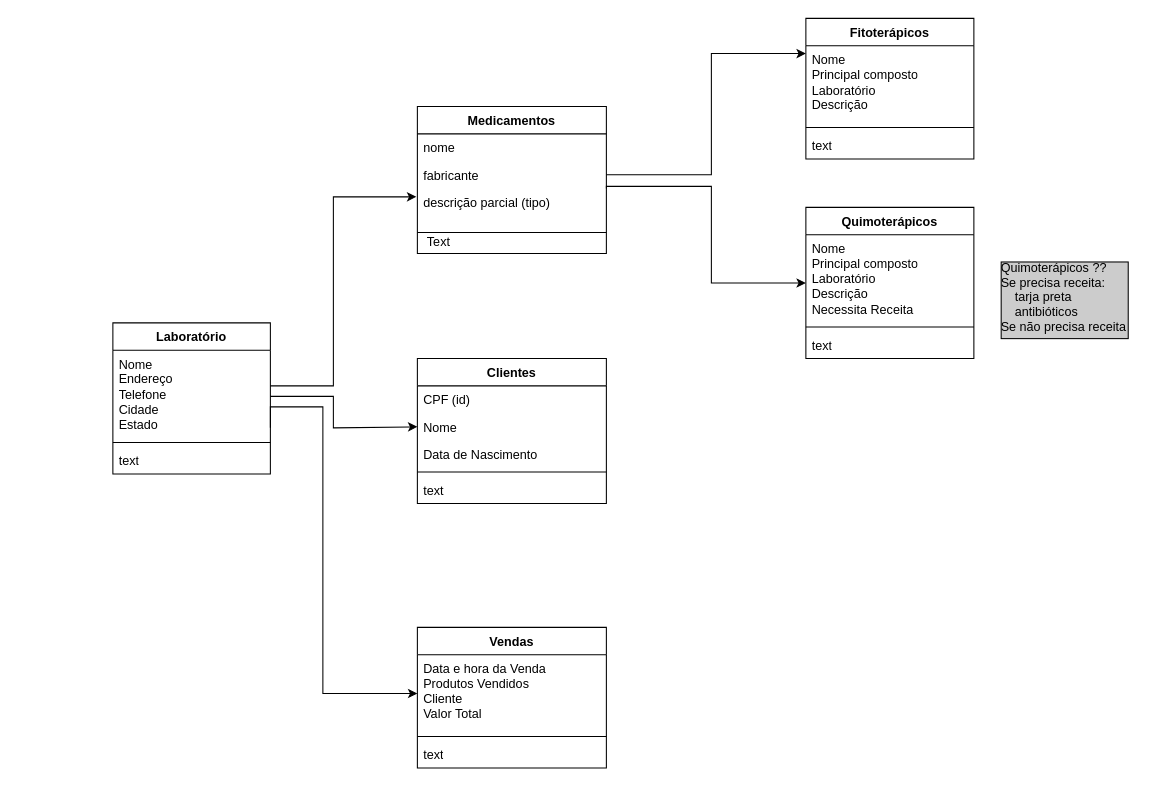
Before: projeto_final/ProjetoFarmacia.drawio in isabelepinto/poo_santander_coders, a draw.io diagram. Source tidied: cells renumbered, new cells numbered last; positions are measured from the earlier drawing's top-left corner, leaving out a move shared by most shapes. Both pictures are drawn from the tidied source at 105%, with x=0, y=0 at pixel (112, 18).
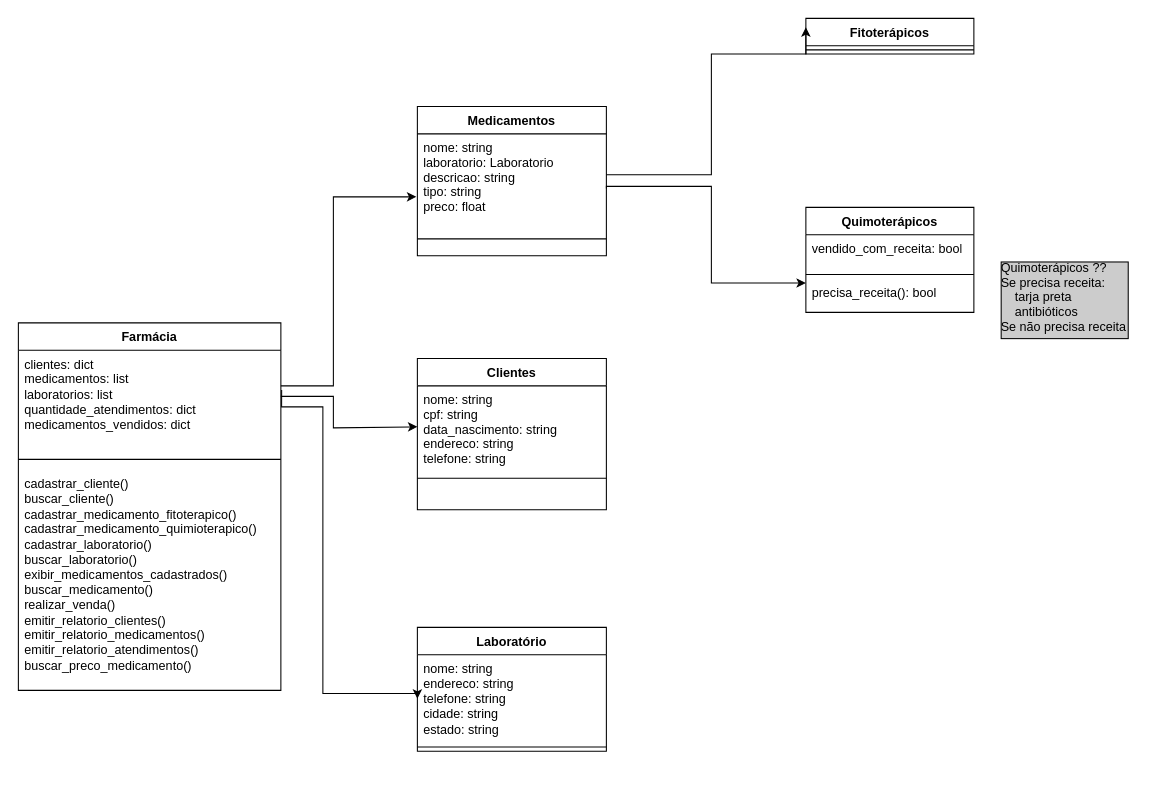
The same page after the edit.

Commit message (it also covers changes not shown here):
melhoria no diagrama de classes

Diff of the diagram source:
```diff
@@
     <mxCell id="2" value="Clientes" style="swimlane;fontStyle=1;align=center;verticalAlign=top;horizontal=1;startSize=26;rounded=0;shadow=0;strokeWidth=1;" parent="1" vertex="1">
-      <mxGeometry x="290" y="324" width="180" height="138" as="geometry" />
+      <mxGeometry x="290" y="324" width="180" height="144" as="geometry" />
     </mxCell>
-    <mxCell id="3" value="CPF (id)" style="text;align=left;verticalAlign=top;spacingLeft=4;spacingRight=4;overflow=hidden;" parent="2" vertex="1">
-      <mxGeometry y="26" width="180" height="26" as="geometry" />
+    <mxCell id="3" value="nome: string             &#10;cpf: string                 &#10;data_nascimento: string      &#10;endereco: string            &#10;telefone: string  " style="text;align=left;verticalAlign=top;spacingLeft=4;spacingRight=4;overflow=hidden;" parent="2" vertex="1">
+      <mxGeometry y="26" width="180" height="84" as="geometry" />
     </mxCell>
-    <mxCell id="4" value="Nome" style="text;align=left;verticalAlign=top;spacingLeft=4;spacingRight=4;overflow=hidden;points=[[0,0.5],[1,0.5]];portConstraint=eastwest;rounded=0;shadow=0;html=0;" parent="2" vertex="1">
-      <mxGeometry y="52" width="180" height="26" as="geometry" />
-    </mxCell>
-    <mxCell id="5" value="Data de Nascimento" style="text;align=left;verticalAlign=top;spacingLeft=4;spacingRight=4;overflow=hidden;rounded=0;shadow=0;html=0;" parent="2" vertex="1">
-      <mxGeometry y="78" width="180" height="26" as="geometry" />
-    </mxCell>
     <mxCell id="6" style="line;html=1;strokeWidth=1;align=left;verticalAlign=middle;spacingTop=-1;spacingLeft=3;spacingRight=3;labelPosition=right;" parent="2" vertex="1">
-      <mxGeometry y="104" width="180" height="8" as="geometry" />
+      <mxGeometry y="110" width="180" height="8" as="geometry" />
     </mxCell>
-    <mxCell id="7" value="text" style="text;align=left;verticalAlign=top;spacingLeft=4;spacingRight=4;overflow=hidden;" parent="2" vertex="1">
-      <mxGeometry y="112" width="180" height="26" as="geometry" />
-    </mxCell>
     <mxCell id="8" value="Medicamentos" style="swimlane;fontStyle=1;align=center;verticalAlign=top;horizontal=1;startSize=26;rounded=0;shadow=0;strokeWidth=1;" parent="1" vertex="1">
-      <mxGeometry x="290" y="84" width="180" height="140" as="geometry" />
+      <mxGeometry x="290" y="84" width="180" height="142" as="geometry" />
     </mxCell>
-    <mxCell id="9" value="nome    &#10;&#10;" style="text;align=left;verticalAlign=top;spacingLeft=4;spacingRight=4;overflow=hidden;" parent="8" vertex="1">
-      <mxGeometry y="26" width="180" height="26" as="geometry" />
+    <mxCell id="9" value="nome: string                   &#10;laboratorio: Laboratorio       &#10;descricao: string              &#10;tipo: string                   &#10;preco: float" style="text;align=left;verticalAlign=top;spacingLeft=4;spacingRight=4;overflow=hidden;" parent="8" vertex="1">
+      <mxGeometry y="26" width="180" height="84" as="geometry" />
     </mxCell>
-    <mxCell id="10" value="fabricante" style="text;align=left;verticalAlign=top;spacingLeft=4;spacingRight=4;overflow=hidden;points=[[0,0.5],[1,0.5]];portConstraint=eastwest;rounded=0;shadow=0;html=0;" parent="8" vertex="1">
-      <mxGeometry y="52" width="180" height="26" as="geometry" />
-    </mxCell>
-    <mxCell id="11" value="descrição parcial (tipo)" style="text;align=left;verticalAlign=top;spacingLeft=4;spacingRight=4;overflow=hidden;rounded=0;shadow=0;html=0;" parent="8" vertex="1">
-      <mxGeometry y="78" width="180" height="26" as="geometry" />
-    </mxCell>
     <mxCell id="12" style="line;html=1;strokeWidth=1;align=left;verticalAlign=middle;spacingTop=-1;spacingLeft=3;spacingRight=3;labelPosition=right;" parent="8" vertex="1">
-      <mxGeometry y="104" width="180" height="32" as="geometry" />
+      <mxGeometry y="110" width="180" height="32" as="geometry" />
     </mxCell>
@@
-    <mxCell id="14" value="Laboratório" style="swimlane;fontStyle=1;align=center;verticalAlign=top;horizontal=1;startSize=26;whiteSpace=wrap;html=1;" parent="1" vertex="1">
-      <mxGeometry y="290" width="150" height="144" as="geometry" />
+    <mxCell id="14" value="Farmácia" style="swimlane;fontStyle=1;align=center;verticalAlign=top;horizontal=1;startSize=26;whiteSpace=wrap;html=1;" parent="1" vertex="1">
+      <mxGeometry x="-90" y="290" width="250" height="350" as="geometry" />
     </mxCell>
-    <mxCell id="15" value="Nome&lt;br&gt;Endereço&lt;br&gt;Telefone&lt;br&gt;Cidade&lt;br&gt;Estado&lt;br&gt;" style="text;strokeColor=none;fillColor=none;align=left;verticalAlign=top;spacingLeft=4;spacingRight=4;overflow=hidden;points=[[0,0.5],[1,0.5]];portConstraint=eastwest;whiteSpace=wrap;html=1;" parent="14" vertex="1">
-      <mxGeometry y="26" width="150" height="84" as="geometry" />
+    <mxCell id="15" value="clientes: dict&amp;nbsp;&lt;br&gt;medicamentos: list&lt;br&gt;laboratorios: list&amp;nbsp;&lt;br&gt;quantidade_atendimentos: dict&amp;nbsp;&lt;br&gt;medicamentos_vendidos: dict" style="text;strokeColor=none;fillColor=none;align=left;verticalAlign=top;spacingLeft=4;spacingRight=4;overflow=hidden;points=[[0,0.5],[1,0.5]];portConstraint=eastwest;whiteSpace=wrap;html=1;" parent="14" vertex="1">
+      <mxGeometry y="26" width="250" height="94" as="geometry" />
     </mxCell>
     <mxCell id="16" style="line;strokeWidth=1;fillColor=none;align=left;verticalAlign=middle;spacingTop=-1;spacingLeft=3;spacingRight=3;labelPosition=right;strokeColor=inherit;" parent="14" vertex="1">
-      <mxGeometry y="110" width="150" height="8" as="geometry" />
+      <mxGeometry y="120" width="250" height="20" as="geometry" />
     </mxCell>
-    <mxCell id="17" value="text" style="text;strokeColor=none;fillColor=none;align=left;verticalAlign=top;spacingLeft=4;spacingRight=4;overflow=hidden;whiteSpace=wrap;html=1;" parent="14" vertex="1">
-      <mxGeometry y="118" width="150" height="26" as="geometry" />
+    <mxCell id="17" value="&lt;div&gt;cadastrar_cliente()&amp;nbsp; &amp;nbsp; &amp;nbsp;&lt;/div&gt;&lt;div&gt;buscar_cliente()&amp;nbsp; &amp;nbsp; &amp;nbsp;&amp;nbsp;&lt;/div&gt;&lt;div&gt;cadastrar_medicamento_fitoterapico()&lt;/div&gt;&lt;div&gt;cadastrar_medicamento_quimioterapico()&lt;/div&gt;&lt;div&gt;cadastrar_laboratorio()&amp;nbsp; &amp;nbsp; &amp;nbsp; &amp;nbsp;&amp;nbsp;&lt;/div&gt;&lt;div&gt;buscar_laboratorio()&amp;nbsp; &amp;nbsp; &amp;nbsp; &amp;nbsp; &amp;nbsp; &amp;nbsp;&amp;nbsp;&lt;/div&gt;&lt;div&gt;exibir_medicamentos_cadastrados()&amp;nbsp;&lt;/div&gt;&lt;div&gt;buscar_medicamento()&amp;nbsp; &amp;nbsp; &amp;nbsp; &amp;nbsp; &amp;nbsp; &amp;nbsp;&lt;/div&gt;&lt;div&gt;realizar_venda()&amp;nbsp; &amp;nbsp; &amp;nbsp; &amp;nbsp; &amp;nbsp; &amp;nbsp; &amp;nbsp; &amp;nbsp;&lt;/div&gt;&lt;div&gt;emitir_relatorio_clientes()&amp;nbsp; &amp;nbsp; &amp;nbsp;&lt;/div&gt;&lt;div&gt;emitir_relatorio_medicamentos()&lt;/div&gt;&lt;div&gt;emitir_relatorio_atendimentos()&amp;nbsp;&lt;/div&gt;&lt;div&gt;buscar_preco_medicamento()&amp;nbsp;&lt;/div&gt;" style="text;strokeColor=none;fillColor=none;align=left;verticalAlign=top;spacingLeft=4;spacingRight=4;overflow=hidden;whiteSpace=wrap;html=1;" parent="14" vertex="1">
+      <mxGeometry y="140" width="250" height="210" as="geometry" />
     </mxCell>
@@
     <mxCell id="19" value="Fitoterápicos" style="swimlane;fontStyle=1;align=center;verticalAlign=top;horizontal=1;startSize=26;whiteSpace=wrap;html=1;" parent="1" vertex="1">
-      <mxGeometry x="660" width="160" height="134" as="geometry" />
+      <mxGeometry x="660" width="160" height="34" as="geometry" />
     </mxCell>
-    <mxCell id="20" value="Nome&lt;br style=&quot;border-color: var(--border-color);&quot;&gt;Principal composto&lt;br style=&quot;border-color: var(--border-color);&quot;&gt;Laboratório&lt;br style=&quot;border-color: var(--border-color);&quot;&gt;Descrição" style="text;strokeColor=none;fillColor=none;align=left;verticalAlign=top;spacingLeft=4;spacingRight=4;overflow=hidden;whiteSpace=wrap;html=1;" parent="19" vertex="1">
-      <mxGeometry y="26" width="160" height="74" as="geometry" />
-    </mxCell>
     <mxCell id="21" style="line;strokeWidth=1;fillColor=none;align=left;verticalAlign=middle;spacingTop=-1;spacingLeft=3;spacingRight=3;labelPosition=right;strokeColor=inherit;" parent="19" vertex="1">
-      <mxGeometry y="100" width="160" height="8" as="geometry" />
+      <mxGeometry y="26" width="160" height="8" as="geometry" />
     </mxCell>
-    <mxCell id="22" value="text" style="text;strokeColor=none;fillColor=none;align=left;verticalAlign=top;spacingLeft=4;spacingRight=4;overflow=hidden;whiteSpace=wrap;html=1;" parent="19" vertex="1">
-      <mxGeometry y="108" width="160" height="26" as="geometry" />
-    </mxCell>
     <mxCell id="23" value="Quimoterápicos" style="swimlane;fontStyle=1;align=center;verticalAlign=top;horizontal=1;startSize=26;whiteSpace=wrap;html=1;" parent="1" vertex="1">
-      <mxGeometry x="660" y="180" width="160" height="144" as="geometry" />
+      <mxGeometry x="660" y="180" width="160" height="100" as="geometry" />
     </mxCell>
-    <mxCell id="24" value="Nome&lt;br&gt;Principal composto&lt;br&gt;Laboratório&lt;br&gt;Descrição&lt;br&gt;Necessita Receita&lt;br&gt;" style="text;strokeColor=none;fillColor=none;align=left;verticalAlign=top;spacingLeft=4;spacingRight=4;overflow=hidden;whiteSpace=wrap;html=1;" parent="23" vertex="1">
-      <mxGeometry y="26" width="160" height="84" as="geometry" />
+    <mxCell id="24" value="vendido_com_receita: bool" style="text;strokeColor=none;fillColor=none;align=left;verticalAlign=top;spacingLeft=4;spacingRight=4;overflow=hidden;whiteSpace=wrap;html=1;" parent="23" vertex="1">
+      <mxGeometry y="26" width="160" height="34" as="geometry" />
     </mxCell>
     <mxCell id="25" style="line;strokeWidth=1;fillColor=none;align=left;verticalAlign=middle;spacingTop=-1;spacingLeft=3;spacingRight=3;labelPosition=right;strokeColor=inherit;" parent="23" vertex="1">
-      <mxGeometry y="110" width="160" height="8" as="geometry" />
+      <mxGeometry y="60" width="160" height="8" as="geometry" />
     </mxCell>
-    <mxCell id="26" value="text" style="text;strokeColor=none;fillColor=none;align=left;verticalAlign=top;spacingLeft=4;spacingRight=4;overflow=hidden;whiteSpace=wrap;html=1;" parent="23" vertex="1">
-      <mxGeometry y="118" width="160" height="26" as="geometry" />
+    <mxCell id="26" value="precisa_receita(): bool" style="text;strokeColor=none;fillColor=none;align=left;verticalAlign=top;spacingLeft=4;spacingRight=4;overflow=hidden;whiteSpace=wrap;html=1;" parent="23" vertex="1">
+      <mxGeometry y="68" width="160" height="32" as="geometry" />
     </mxCell>
-    <mxCell id="27" style="edgeStyle=orthogonalEdgeStyle;rounded=0;jettySize=auto;html=1;entryX=0;entryY=0.25;entryDx=0;entryDy=0;" parent="1" edge="1" source="10" target="19">
+    <mxCell id="27" style="edgeStyle=orthogonalEdgeStyle;rounded=0;jettySize=auto;html=1;entryX=0;entryY=0.25;entryDx=0;entryDy=0;" parent="1" edge="1" target="19">
       <mxGeometry relative="1" as="geometry">
+        <mxPoint x="470" y="149" as="sourcePoint" />
         <Array as="points">
           <mxPoint x="570" y="149" />
           <mxPoint x="570" y="34" />
         </Array>
       </mxGeometry>
     </mxCell>
@@
-    <mxCell id="29" value="Vendas" style="swimlane;fontStyle=1;align=center;verticalAlign=top;horizontal=1;startSize=26;whiteSpace=wrap;html=1;" parent="1" vertex="1">
-      <mxGeometry x="290" y="580" width="180" height="134" as="geometry" />
+    <mxCell id="29" value="Laboratório" style="swimlane;fontStyle=1;align=center;verticalAlign=top;horizontal=1;startSize=26;whiteSpace=wrap;html=1;" parent="1" vertex="1">
+      <mxGeometry x="290" y="580" width="180" height="118" as="geometry" />
     </mxCell>
-    <mxCell id="30" value="Data e hora da Venda&lt;br&gt;Produtos Vendidos&lt;br&gt;Cliente&lt;br&gt;Valor Total" style="text;strokeColor=none;fillColor=none;align=left;verticalAlign=top;spacingLeft=4;spacingRight=4;overflow=hidden;points=[[0,0.5],[1,0.5]];portConstraint=eastwest;whiteSpace=wrap;html=1;" parent="29" vertex="1">
-      <mxGeometry y="26" width="180" height="74" as="geometry" />
+    <mxCell id="30" value="&lt;div&gt;nome: string&amp;nbsp; &amp;nbsp; &amp;nbsp; &amp;nbsp; &amp;nbsp; &amp;nbsp; &amp;nbsp; &amp;nbsp; &amp;nbsp; &amp;nbsp;&lt;/div&gt;&lt;div&gt;endereco: string&amp;nbsp; &amp;nbsp; &amp;nbsp; &amp;nbsp; &amp;nbsp; &amp;nbsp; &amp;nbsp;&amp;nbsp;&lt;/div&gt;&lt;div&gt;telefone: string&amp;nbsp; &amp;nbsp; &amp;nbsp; &amp;nbsp; &amp;nbsp; &amp;nbsp; &amp;nbsp; &amp;nbsp;&lt;/div&gt;&lt;div&gt;cidade: string&amp;nbsp; &amp;nbsp; &amp;nbsp; &amp;nbsp; &amp;nbsp; &amp;nbsp; &amp;nbsp; &amp;nbsp; &amp;nbsp;&lt;/div&gt;&lt;div&gt;estado: string&amp;nbsp;&lt;/div&gt;" style="text;strokeColor=none;fillColor=none;align=left;verticalAlign=top;spacingLeft=4;spacingRight=4;overflow=hidden;points=[[0,0.5],[1,0.5]];portConstraint=eastwest;whiteSpace=wrap;html=1;" parent="29" vertex="1">
+      <mxGeometry y="26" width="180" height="84" as="geometry" />
     </mxCell>
     <mxCell id="31" style="line;strokeWidth=1;fillColor=none;align=left;verticalAlign=middle;spacingTop=-1;spacingLeft=3;spacingRight=3;labelPosition=right;strokeColor=inherit;" parent="29" vertex="1">
-      <mxGeometry y="100" width="180" height="8" as="geometry" />
+      <mxGeometry y="110" width="180" height="8" as="geometry" />
     </mxCell>
-    <mxCell id="32" value="text" style="text;strokeColor=none;fillColor=none;align=left;verticalAlign=top;spacingLeft=4;spacingRight=4;overflow=hidden;whiteSpace=wrap;html=1;" parent="29" vertex="1">
-      <mxGeometry y="108" width="180" height="26" as="geometry" />
-    </mxCell>
-    <mxCell id="33" style="edgeStyle=orthogonalEdgeStyle;rounded=0;jettySize=auto;html=1;entryX=0;entryY=0.5;entryDx=0;entryDy=0;" parent="1" edge="1" source="15" target="4">
+    <mxCell id="33" style="edgeStyle=orthogonalEdgeStyle;rounded=0;jettySize=auto;html=1;entryX=0;entryY=0.5;entryDx=0;entryDy=0;" parent="1" edge="1" source="15">
       <mxGeometry relative="1" as="geometry">
+        <mxPoint x="290" y="389" as="targetPoint" />
         <Array as="points">
           <mxPoint x="210" y="360" />
           <mxPoint x="210" y="390" />
         </Array>
       </mxGeometry>
     </mxCell>
-    <mxCell id="34" style="edgeStyle=orthogonalEdgeStyle;rounded=0;jettySize=auto;html=1;entryX=0;entryY=0.5;entryDx=0;entryDy=0;" parent="1" edge="1" target="30">
+    <mxCell id="34" style="edgeStyle=orthogonalEdgeStyle;rounded=0;jettySize=auto;html=1;entryX=0;entryY=0.5;entryDx=0;entryDy=0;exitX=1.003;exitY=0.403;exitDx=0;exitDy=0;exitPerimeter=0;" parent="1" edge="1" source="15" target="30">
       <mxGeometry relative="1" as="geometry">
-        <mxPoint x="150" y="390" as="sourcePoint" />
         <Array as="points">
-          <mxPoint x="150" y="370" />
+          <mxPoint x="161" y="370" />
           <mxPoint x="200" y="370" />
           <mxPoint x="200" y="643" />
         </Array>
       </mxGeometry>
     </mxCell>
-    <mxCell id="35" value="Text" style="text;html=1;align=center;verticalAlign=middle;strokeColor=none;fillColor=none;" parent="1" vertex="1">
-      <mxGeometry x="285" y="198" width="50" height="30" as="geometry" />
-    </mxCell>
```
